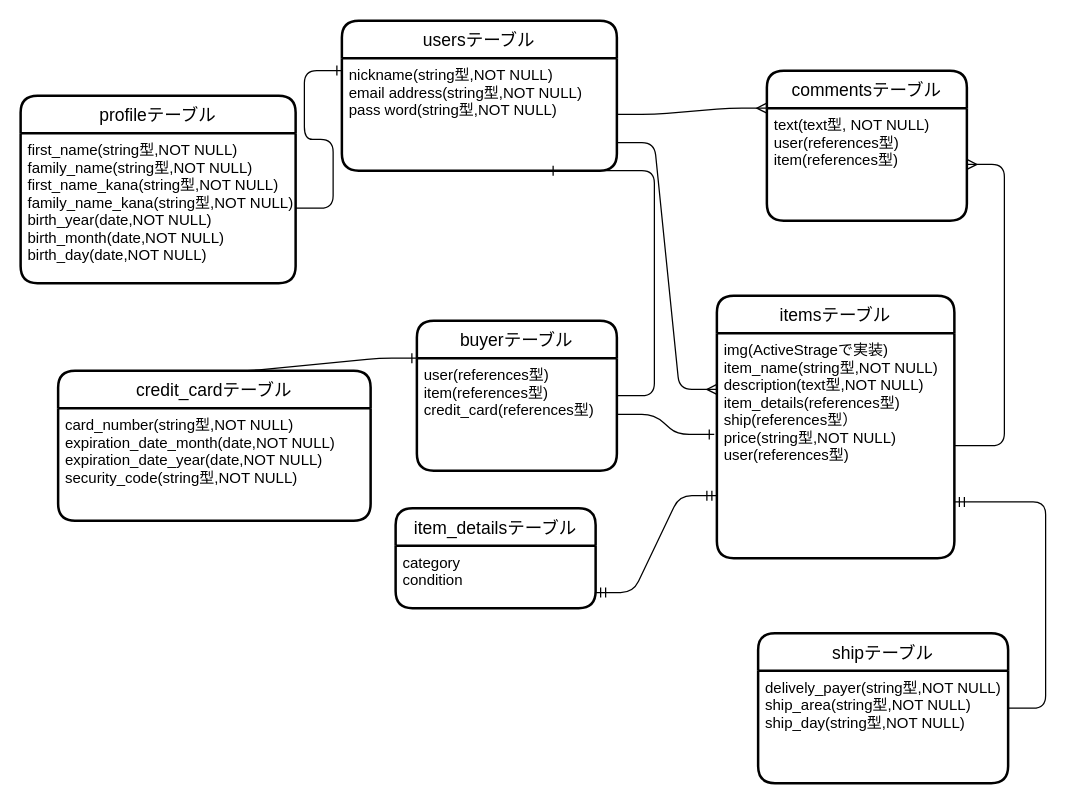
Earlier version of the draw.io diagram furimaER.dio (nkamuranodj/furima-30953). Source tidied: cells renumbered, new cells numbered last; positions are measured from the earlier drawing's top-left corner, leaving out a move shared by most shapes. Both pictures are drawn from the tidied source at 125%, with x=0, y=0 at pixel (20, 20).
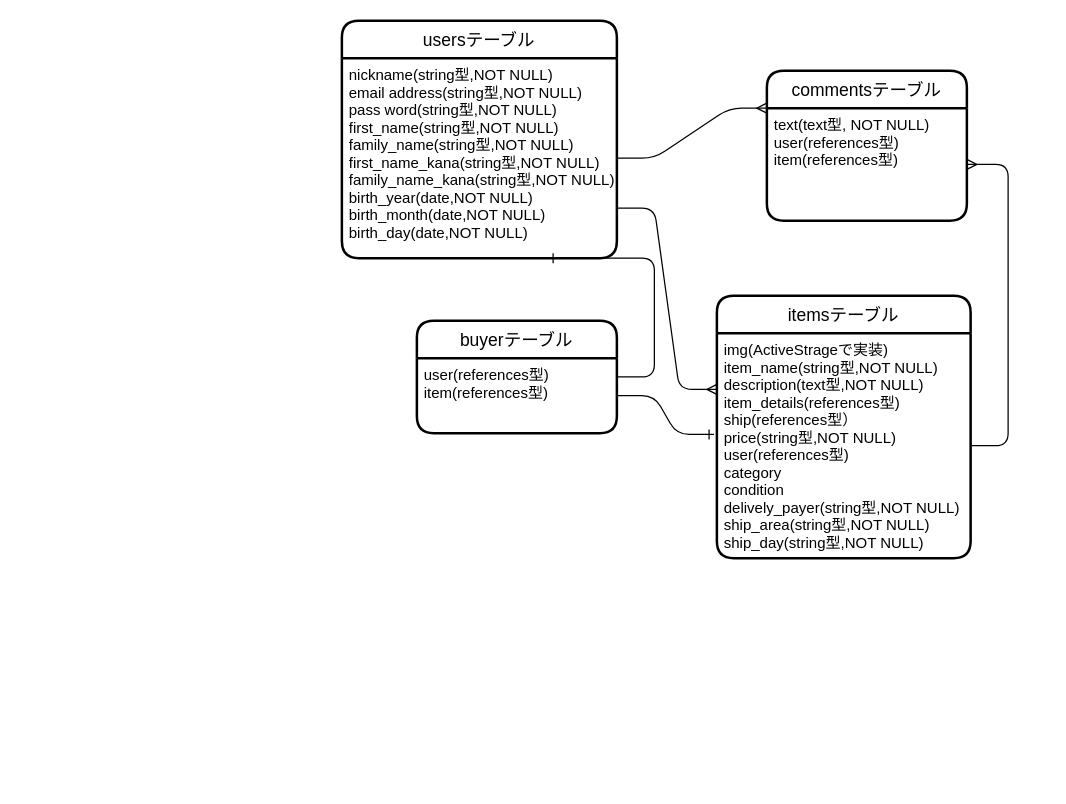
Above is the later version.

The edit, as a diff of the source:
```diff
@@
     <mxCell id="2" value="usersテーブル" style="swimlane;horizontal=1;startSize=30;rounded=1;fontSize=14;fontStyle=0;strokeWidth=2;shadow=0;dashed=0;align=center;" parent="1" vertex="1">
-      <mxGeometry x="257" width="220" height="120" as="geometry" />
+      <mxGeometry x="257" width="220" height="190" as="geometry" />
     </mxCell>
-    <mxCell id="3" value="nickname(string型,NOT NULL)&#10;email address(string型,NOT NULL)&#10;pass word(string型,NOT NULL)&#10;&#10;" style="align=left;strokeColor=none;fillColor=none;spacingLeft=4;fontSize=12;verticalAlign=top;" parent="2" vertex="1">
-      <mxGeometry y="30" width="220" height="90" as="geometry" />
+    <mxCell id="3" value="nickname(string型,NOT NULL)&#10;email address(string型,NOT NULL)&#10;pass word(string型,NOT NULL)&#10;first_name(string型,NOT NULL)&#10;family_name(string型,NOT NULL)&#10;first_name_kana(string型,NOT NULL)&#10;family_name_kana(string型,NOT NULL)&#10;birth_year(date,NOT NULL)&#10;birth_month(date,NOT NULL)&#10;birth_day(date,NOT NULL)&#10;&#10;" style="align=left;strokeColor=none;fillColor=none;spacingLeft=4;fontSize=12;verticalAlign=top;" parent="2" vertex="1">
+      <mxGeometry y="30" width="220" height="160" as="geometry" />
     </mxCell>
     <mxCell id="4" value="itemsテーブル" style="swimlane;horizontal=1;startSize=30;rounded=1;fontSize=14;fontStyle=0;strokeWidth=2;shadow=0;dashed=0;align=center;" parent="1" vertex="1">
-      <mxGeometry x="557" y="220" width="190" height="210" as="geometry" />
+      <mxGeometry x="557" y="220" width="203" height="210" as="geometry" />
     </mxCell>
-    <mxCell id="5" value="img(ActiveStrageで実装)&#10;item_name(string型,NOT NULL)&#10;description(text型,NOT NULL)&#10;item_details(references型)&#10;ship(references型）&#10;price(string型,NOT NULL)&#10;user(references型)&#10;" style="align=left;strokeColor=none;fillColor=none;spacingLeft=4;fontSize=12;verticalAlign=top;" parent="4" vertex="1">
-      <mxGeometry y="30" width="190" height="180" as="geometry" />
+    <mxCell id="5" value="img(ActiveStrageで実装)&#10;item_name(string型,NOT NULL)&#10;description(text型,NOT NULL)&#10;item_details(references型)&#10;ship(references型）&#10;price(string型,NOT NULL)&#10;user(references型)&#10;category&#10;condition&#10;delively_payer(string型,NOT NULL)&#10;ship_area(string型,NOT NULL)&#10;ship_day(string型,NOT NULL)&#10;" style="align=left;strokeColor=none;fillColor=none;spacingLeft=4;fontSize=12;verticalAlign=top;" parent="4" vertex="1">
+      <mxGeometry y="30" width="203" height="180" as="geometry" />
     </mxCell>
@@
-    <mxCell id="11" style="edgeStyle=entityRelationEdgeStyle;fontSize=12;html=1;endArrow=ERmandOne;startArrow=ERmandOne;exitX=1;exitY=0.75;exitDx=0;exitDy=0;" parent="1" edge="1" source="16">
-      <mxGeometry relative="1" as="geometry">
-        <mxPoint x="557" y="380" as="targetPoint" />
-      </mxGeometry>
-    </mxCell>
-    <mxCell id="12" value="credit_cardテーブル" style="swimlane;horizontal=1;startSize=30;rounded=1;fontSize=14;fontStyle=0;strokeWidth=2;shadow=0;dashed=0;align=center;" parent="1" vertex="1">
-      <mxGeometry x="30" y="280" width="250" height="120" as="geometry" />
-    </mxCell>
-    <mxCell id="13" value="card_number(string型,NOT NULL)&#10;expiration_date_month(date,NOT NULL)&#10;expiration_date_year(date,NOT NULL)&#10;security_code(string型,NOT NULL)&#10;" style="align=left;strokeColor=none;fillColor=none;spacingLeft=4;fontSize=12;verticalAlign=top;" parent="12" vertex="1">
-      <mxGeometry y="30" width="250" height="90" as="geometry" />
-    </mxCell>
-    <mxCell id="14" style="edgeStyle=entityRelationEdgeStyle;fontSize=12;html=1;endArrow=ERone;endFill=1;entryX=0;entryY=0;entryDx=0;entryDy=0;exitX=0.5;exitY=0;exitDx=0;exitDy=0;" parent="1" edge="1" source="12" target="21">
-      <mxGeometry relative="1" as="geometry" />
-    </mxCell>
-    <mxCell id="15" value="item_detailsテーブル" style="swimlane;horizontal=1;startSize=30;rounded=1;fontSize=14;fontStyle=0;strokeWidth=2;shadow=0;dashed=0;align=center;" parent="1" vertex="1">
-      <mxGeometry x="300" y="390" width="160" height="80" as="geometry" />
-    </mxCell>
-    <mxCell id="16" value="category&#10;condition" style="align=left;strokeColor=none;fillColor=none;spacingLeft=4;fontSize=12;verticalAlign=top;" parent="15" vertex="1">
-      <mxGeometry y="30" width="160" height="50" as="geometry" />
-    </mxCell>
-    <mxCell id="17" value="profileテーブル" style="swimlane;horizontal=1;startSize=30;rounded=1;fontSize=14;fontStyle=0;strokeWidth=2;shadow=0;dashed=0;align=center;" parent="1" vertex="1">
-      <mxGeometry y="60" width="220" height="150" as="geometry" />
-    </mxCell>
-    <mxCell id="18" value="first_name(string型,NOT NULL)&#10;family_name(string型,NOT NULL)&#10;first_name_kana(string型,NOT NULL)&#10;family_name_kana(string型,NOT NULL)&#10;birth_year(date,NOT NULL)&#10;birth_month(date,NOT NULL)&#10;birth_day(date,NOT NULL)" style="align=left;strokeColor=none;fillColor=none;spacingLeft=4;fontSize=12;verticalAlign=top;" parent="17" vertex="1">
-      <mxGeometry y="30" width="220" height="120" as="geometry" />
-    </mxCell>
-    <mxCell id="19" style="edgeStyle=entityRelationEdgeStyle;fontSize=12;html=1;endArrow=ERone;endFill=1;entryX=0;entryY=0.111;entryDx=0;entryDy=0;entryPerimeter=0;" parent="1" edge="1" source="18" target="3">
-      <mxGeometry relative="1" as="geometry" />
-    </mxCell>
     <mxCell id="20" value="buyerテーブル" style="swimlane;horizontal=1;startSize=30;rounded=1;fontSize=14;fontStyle=0;strokeWidth=2;shadow=0;dashed=0;align=center;" parent="1" vertex="1">
-      <mxGeometry x="317" y="240" width="160" height="120" as="geometry" />
+      <mxGeometry x="317" y="240" width="160" height="90" as="geometry" />
     </mxCell>
-    <mxCell id="21" value="user(references型)&#10;item(references型)&#10;credit_card(references型)" style="align=left;strokeColor=none;fillColor=none;spacingLeft=4;fontSize=12;verticalAlign=top;" parent="20" vertex="1">
-      <mxGeometry y="30" width="160" height="90" as="geometry" />
+    <mxCell id="21" value="user(references型)&#10;item(references型)" style="align=left;strokeColor=none;fillColor=none;spacingLeft=4;fontSize=12;verticalAlign=top;" parent="20" vertex="1">
+      <mxGeometry y="30" width="160" height="60" as="geometry" />
     </mxCell>
@@
-    <mxCell id="24" value="shipテーブル" style="swimlane;horizontal=1;startSize=30;rounded=1;fontSize=14;fontStyle=0;strokeWidth=2;shadow=0;dashed=0;align=center;" parent="1" vertex="1">
-      <mxGeometry x="590" y="490" width="200" height="120" as="geometry" />
-    </mxCell>
-    <mxCell id="25" value="delively_payer(string型,NOT NULL)&#10;ship_area(string型,NOT NULL)&#10;ship_day(string型,NOT NULL)" style="align=left;strokeColor=none;fillColor=none;spacingLeft=4;fontSize=12;verticalAlign=top;" parent="24" vertex="1">
-      <mxGeometry y="30" width="200" height="90" as="geometry" />
-    </mxCell>
-    <mxCell id="26" style="edgeStyle=entityRelationEdgeStyle;fontSize=12;html=1;endArrow=ERmandOne;entryX=1;entryY=0.75;entryDx=0;entryDy=0;" parent="1" edge="1" source="24" target="5">
-      <mxGeometry relative="1" as="geometry" />
-    </mxCell>
```
